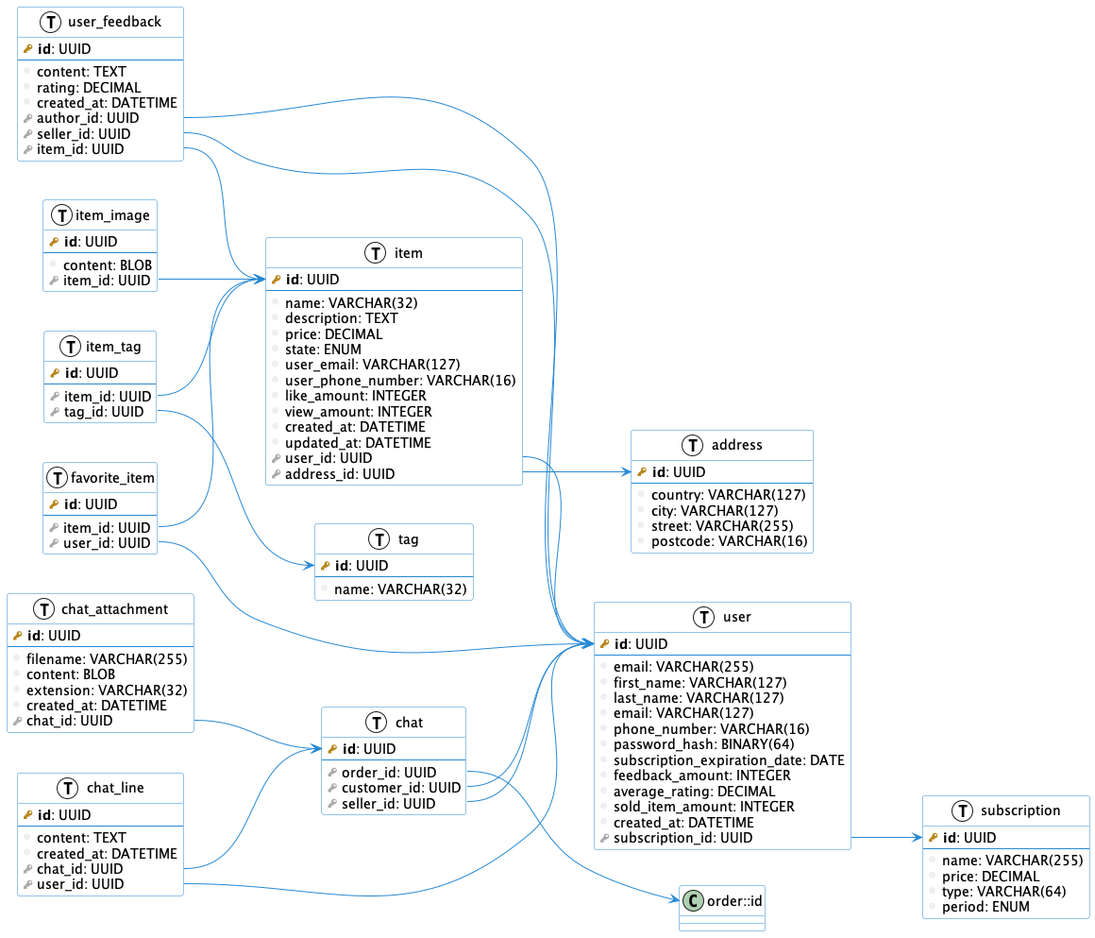
This is images/db.png from danilshvalov/databases-lab, a PlantUML export, as it was before one commit.
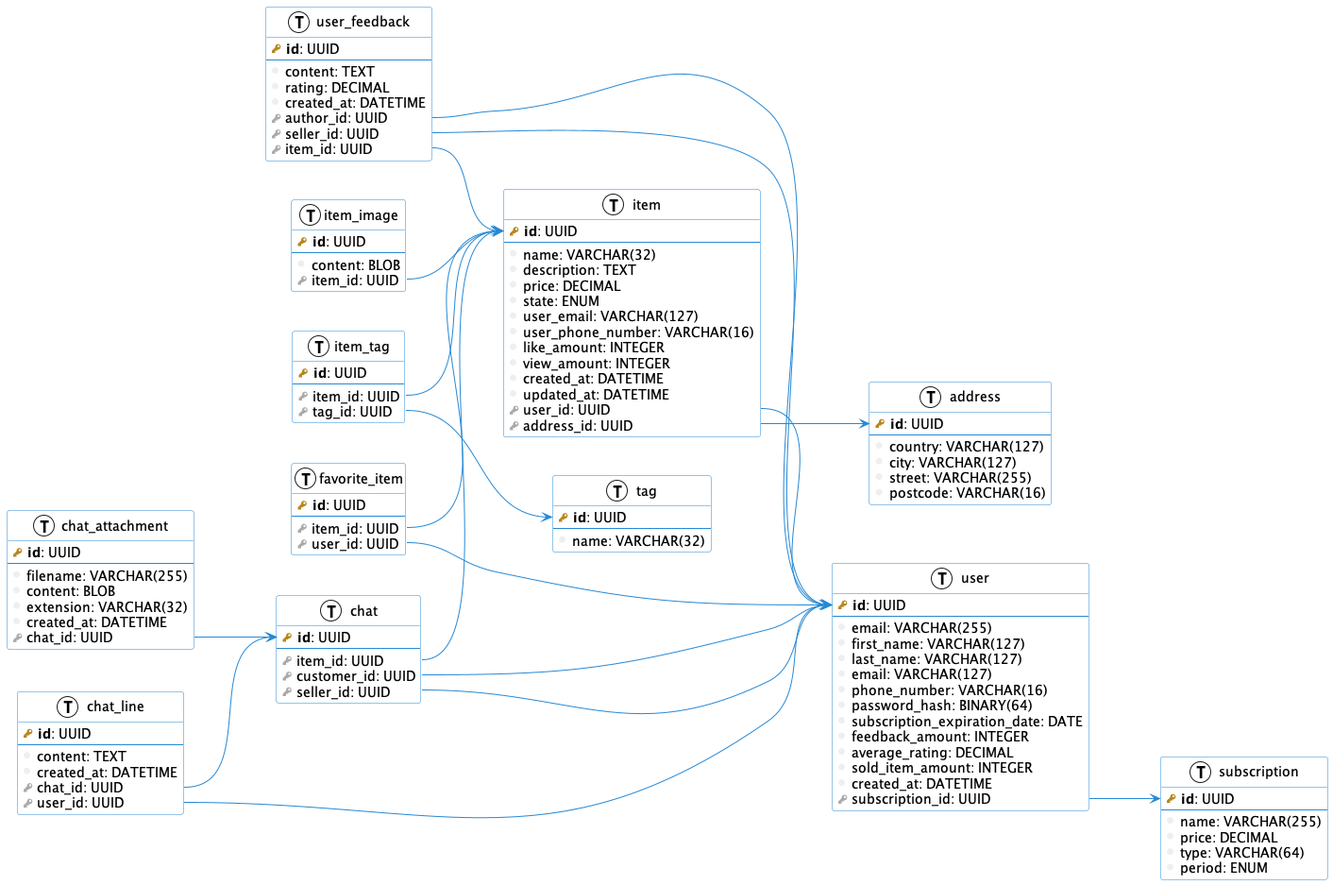
The same diagram one commit later.

Commit message:
fix(db): rename order to item

Change to the diagram source:
```diff
@@ -125,12 +125,12 @@
 table(chat) {
     primary_key(id): UUID
     --
-    foreign_key(order_id): UUID
+    foreign_key(item_id): UUID
     foreign_key(customer_id): UUID
     foreign_key(seller_id): UUID
 }
 
-chat::order_id --> order::id
+chat::item_id --> item::id
 chat::customer_id --> user::id
 chat::seller_id --> user::id
 
```
